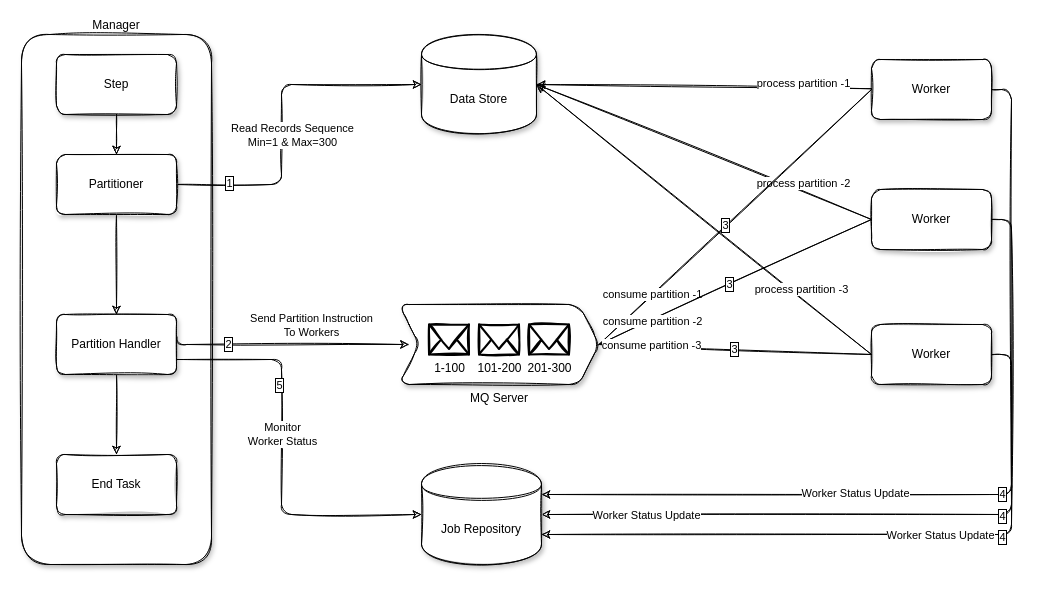
selva-dharmaraj/draw keeps this draw.io diagram as spring-batch-parallel-processing.drawio. Above is the earlier version. Source tidied: cells renumbered, new cells numbered last; positions are measured from the earlier drawing's top-left corner, leaving out a move shared by most shapes. Both pictures are drawn from the tidied source at 100%, with x=0, y=0 at pixel (21, 34).
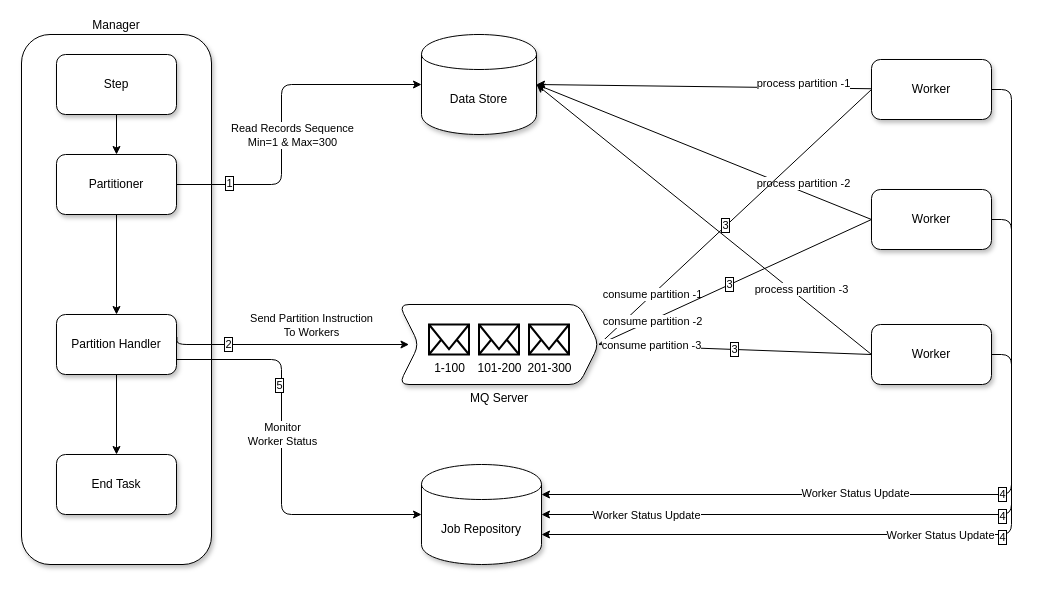
The same diagram, later.

Change to the diagram source:
```diff
@@
-    <mxCell id="2" value="Manager" style="whiteSpace=wrap;html=1;shadow=1;labelPosition=center;verticalLabelPosition=top;align=center;verticalAlign=bottom;labelBorderColor=none;rounded=1;sketch=1;" parent="1" vertex="1">
+    <mxCell id="2" value="Manager" style="whiteSpace=wrap;html=1;shadow=1;labelPosition=center;verticalLabelPosition=top;align=center;verticalAlign=bottom;labelBorderColor=none;rounded=1;" parent="1" vertex="1">
       <mxGeometry width="190" height="530" as="geometry" />
     </mxCell>
-    <mxCell id="3" style="comic=0;jettySize=auto;html=1;entryX=1;entryY=0.3;entryDx=0;entryDy=0;exitX=1;exitY=0.5;exitDx=0;exitDy=0;edgeStyle=orthogonalEdgeStyle;labelBorderColor=none;sketch=1;" parent="1" edge="1" source="8" target="44">
+    <mxCell id="3" style="comic=0;jettySize=auto;html=1;entryX=1;entryY=0.3;entryDx=0;entryDy=0;exitX=1;exitY=0.5;exitDx=0;exitDy=0;edgeStyle=orthogonalEdgeStyle;labelBorderColor=none;" parent="1" edge="1" source="8" target="44">
       <mxGeometry relative="1" as="geometry" />
     </mxCell>
-    <mxCell id="4" value="Worker Status Update" style="edgeLabel;html=1;align=center;verticalAlign=middle;labelBorderColor=none;rounded=1;sketch=1;" parent="3" vertex="1">
+    <mxCell id="4" value="Worker Status Update" style="edgeLabel;html=1;align=center;verticalAlign=middle;labelBorderColor=none;rounded=1;" parent="3" vertex="1">
       <mxGeometry x="0.3" y="-2" relative="1" as="geometry" />
     </mxCell>
-    <mxCell id="5" value="4" style="edgeLabel;html=1;align=center;verticalAlign=middle;labelBorderColor=#000000;rounded=1;sketch=1;" parent="3" vertex="1">
+    <mxCell id="5" value="4" style="edgeLabel;html=1;align=center;verticalAlign=middle;labelBorderColor=#000000;rounded=1;" parent="3" vertex="1">
       <mxGeometry x="-0.11" relative="1" as="geometry">
         <mxPoint x="-10" y="26" as="offset" />
       </mxGeometry>
     </mxCell>
-    <mxCell id="6" style="edgeStyle=none;comic=0;jettySize=auto;html=1;entryX=1;entryY=0.5;entryDx=0;entryDy=0;startArrow=none;startFill=0;endArrow=classic;endFill=1;labelBorderColor=none;sketch=1;" parent="1" edge="1" source="8" target="46">
+    <mxCell id="6" style="edgeStyle=none;comic=0;jettySize=auto;html=1;entryX=1;entryY=0.5;entryDx=0;entryDy=0;startArrow=none;startFill=0;endArrow=classic;endFill=1;labelBorderColor=none;" parent="1" edge="1" source="8" target="46">
       <mxGeometry relative="1" as="geometry" />
     </mxCell>
-    <mxCell id="7" value="process partition -1" style="edgeLabel;html=1;align=center;verticalAlign=middle;labelBorderColor=none;rounded=1;sketch=1;" parent="6" vertex="1">
+    <mxCell id="7" value="process partition -1" style="edgeLabel;html=1;align=center;verticalAlign=middle;labelBorderColor=none;rounded=1;" parent="6" vertex="1">
       <mxGeometry x="-0.11" y="-4" relative="1" as="geometry">
         <mxPoint x="80.6" as="offset" />
       </mxGeometry>
     </mxCell>
-    <mxCell id="8" value="Worker" style="whiteSpace=wrap;html=1;labelBorderColor=none;shadow=1;rounded=1;sketch=1;" parent="1" vertex="1">
+    <mxCell id="8" value="Worker" style="whiteSpace=wrap;html=1;labelBorderColor=none;shadow=1;rounded=1;" parent="1" vertex="1">
       <mxGeometry x="850" y="25" width="120" height="60" as="geometry" />
     </mxCell>
-    <mxCell id="9" style="comic=0;jettySize=auto;html=1;entryX=1;entryY=0.7;entryDx=0;entryDy=0;exitX=1;exitY=0.5;exitDx=0;exitDy=0;edgeStyle=orthogonalEdgeStyle;labelBorderColor=none;sketch=1;" parent="1" edge="1" source="14" target="44">
+    <mxCell id="9" style="comic=0;jettySize=auto;html=1;entryX=1;entryY=0.7;entryDx=0;entryDy=0;exitX=1;exitY=0.5;exitDx=0;exitDy=0;edgeStyle=orthogonalEdgeStyle;labelBorderColor=none;" parent="1" edge="1" source="14" target="44">
       <mxGeometry relative="1" as="geometry" />
     </mxCell>
-    <mxCell id="10" value="Worker Status Update" style="edgeLabel;html=1;align=center;verticalAlign=middle;labelBorderColor=none;rounded=1;sketch=1;" parent="9" vertex="1">
+    <mxCell id="10" value="Worker Status Update" style="edgeLabel;html=1;align=center;verticalAlign=middle;labelBorderColor=none;rounded=1;" parent="9" vertex="1">
       <mxGeometry x="0.01" relative="1" as="geometry" />
     </mxCell>
-    <mxCell id="11" value="4" style="edgeLabel;html=1;align=center;verticalAlign=middle;labelBorderColor=#000000;rounded=1;sketch=1;" parent="9" vertex="1">
+    <mxCell id="11" value="4" style="edgeLabel;html=1;align=center;verticalAlign=middle;labelBorderColor=#000000;rounded=1;" parent="9" vertex="1">
       <mxGeometry x="-0.25" y="-1" relative="1" as="geometry">
         <mxPoint x="-9" y="35" as="offset" />
       </mxGeometry>
     </mxCell>
-    <mxCell id="12" style="edgeStyle=none;comic=0;jettySize=auto;html=1;entryX=1;entryY=0.5;entryDx=0;entryDy=0;startArrow=none;startFill=0;endArrow=classic;endFill=1;exitX=0;exitY=0.5;exitDx=0;exitDy=0;labelBorderColor=none;sketch=1;" parent="1" edge="1" source="14" target="46">
+    <mxCell id="12" style="edgeStyle=none;comic=0;jettySize=auto;html=1;entryX=1;entryY=0.5;entryDx=0;entryDy=0;startArrow=none;startFill=0;endArrow=classic;endFill=1;exitX=0;exitY=0.5;exitDx=0;exitDy=0;labelBorderColor=none;" parent="1" edge="1" source="14" target="46">
       <mxGeometry relative="1" as="geometry" />
     </mxCell>
-    <mxCell id="13" value="process partition -2" style="edgeLabel;html=1;align=center;verticalAlign=middle;labelBorderColor=none;rounded=1;sketch=1;" parent="12" vertex="1">
+    <mxCell id="13" value="process partition -2" style="edgeLabel;html=1;align=center;verticalAlign=middle;labelBorderColor=none;rounded=1;" parent="12" vertex="1">
       <mxGeometry x="-0.09" y="-1" relative="1" as="geometry">
         <mxPoint x="82.8" y="25.4" as="offset" />
       </mxGeometry>
     </mxCell>
-    <mxCell id="14" value="Worker" style="whiteSpace=wrap;html=1;labelBorderColor=none;shadow=1;rounded=1;sketch=1;" parent="1" vertex="1">
+    <mxCell id="14" value="Worker" style="whiteSpace=wrap;html=1;labelBorderColor=none;shadow=1;rounded=1;" parent="1" vertex="1">
       <mxGeometry x="850" y="155" width="120" height="60" as="geometry" />
     </mxCell>
-    <mxCell id="15" style="comic=0;jettySize=auto;html=1;entryX=1;entryY=0.5;entryDx=0;entryDy=0;exitX=1;exitY=0.5;exitDx=0;exitDy=0;elbow=vertical;edgeStyle=orthogonalEdgeStyle;labelBorderColor=none;sketch=1;" parent="1" edge="1" source="20" target="44">
+    <mxCell id="15" style="comic=0;jettySize=auto;html=1;entryX=1;entryY=0.5;entryDx=0;entryDy=0;exitX=1;exitY=0.5;exitDx=0;exitDy=0;elbow=vertical;edgeStyle=orthogonalEdgeStyle;labelBorderColor=none;" parent="1" edge="1" source="20" target="44">
       <mxGeometry relative="1" as="geometry" />
     </mxCell>
-    <mxCell id="16" value="Worker Status Update" style="edgeLabel;html=1;align=center;verticalAlign=middle;labelBorderColor=none;rounded=1;sketch=1;" parent="15" vertex="1">
+    <mxCell id="16" value="Worker Status Update" style="edgeLabel;html=1;align=center;verticalAlign=middle;labelBorderColor=none;rounded=1;" parent="15" vertex="1">
       <mxGeometry x="0.68" relative="1" as="geometry" />
     </mxCell>
-    <mxCell id="17" value="4" style="edgeLabel;html=1;align=center;verticalAlign=middle;labelBorderColor=#000000;rounded=1;sketch=1;" parent="15" vertex="1">
+    <mxCell id="17" value="4" style="edgeLabel;html=1;align=center;verticalAlign=middle;labelBorderColor=#000000;rounded=1;" parent="15" vertex="1">
       <mxGeometry x="-0.56" relative="1" as="geometry">
         <mxPoint x="-10" y="38" as="offset" />
       </mxGeometry>
     </mxCell>
-    <mxCell id="18" style="edgeStyle=none;comic=0;jettySize=auto;html=1;entryX=1;entryY=0.5;entryDx=0;entryDy=0;startArrow=none;startFill=0;endArrow=classic;endFill=1;exitX=0;exitY=0.5;exitDx=0;exitDy=0;labelBorderColor=none;sketch=1;" parent="1" edge="1" source="20" target="46">
+    <mxCell id="18" style="edgeStyle=none;comic=0;jettySize=auto;html=1;entryX=1;entryY=0.5;entryDx=0;entryDy=0;startArrow=none;startFill=0;endArrow=classic;endFill=1;exitX=0;exitY=0.5;exitDx=0;exitDy=0;labelBorderColor=none;" parent="1" edge="1" source="20" target="46">
       <mxGeometry relative="1" as="geometry" />
     </mxCell>
-    <mxCell id="19" value="process partition -3" style="edgeLabel;html=1;align=center;verticalAlign=middle;labelBorderColor=none;rounded=1;sketch=1;" parent="18" vertex="1">
+    <mxCell id="19" value="process partition -3" style="edgeLabel;html=1;align=center;verticalAlign=middle;labelBorderColor=none;rounded=1;" parent="18" vertex="1">
       <mxGeometry x="0.07" y="2" relative="1" as="geometry">
         <mxPoint x="109.8" y="76.9" as="offset" />
       </mxGeometry>
     </mxCell>
-    <mxCell id="20" value="Worker" style="whiteSpace=wrap;html=1;labelBorderColor=none;shadow=1;rounded=1;sketch=1;" parent="1" vertex="1">
+    <mxCell id="20" value="Worker" style="whiteSpace=wrap;html=1;labelBorderColor=none;shadow=1;rounded=1;" parent="1" vertex="1">
       <mxGeometry x="850" y="290" width="120" height="60" as="geometry" />
     </mxCell>
-    <mxCell id="21" style="edgeStyle=orthogonalEdgeStyle;jettySize=auto;html=1;labelBorderColor=none;sketch=1;" parent="1" edge="1" source="22" target="27">
+    <mxCell id="21" style="edgeStyle=orthogonalEdgeStyle;jettySize=auto;html=1;labelBorderColor=none;" parent="1" edge="1" source="22" target="27">
       <mxGeometry relative="1" as="geometry" />
     </mxCell>
-    <mxCell id="22" value="Step" style="whiteSpace=wrap;html=1;labelBorderColor=none;shadow=1;rounded=1;sketch=1;" parent="1" vertex="1">
+    <mxCell id="22" value="Step" style="whiteSpace=wrap;html=1;labelBorderColor=none;shadow=1;rounded=1;" parent="1" vertex="1">
       <mxGeometry x="35" y="20" width="120" height="60" as="geometry" />
     </mxCell>
-    <mxCell id="23" style="edgeStyle=orthogonalEdgeStyle;jettySize=auto;html=1;labelBorderColor=none;sketch=1;" parent="1" edge="1" source="27" target="35">
+    <mxCell id="23" style="edgeStyle=orthogonalEdgeStyle;jettySize=auto;html=1;labelBorderColor=none;" parent="1" edge="1" source="27" target="35">
       <mxGeometry relative="1" as="geometry" />
     </mxCell>
-    <mxCell id="24" style="edgeStyle=orthogonalEdgeStyle;comic=0;jettySize=auto;html=1;entryX=0;entryY=0.5;entryDx=0;entryDy=0;labelBorderColor=none;sketch=1;" parent="1" edge="1" source="27" target="46">
+    <mxCell id="24" style="edgeStyle=orthogonalEdgeStyle;comic=0;jettySize=auto;html=1;entryX=0;entryY=0.5;entryDx=0;entryDy=0;labelBorderColor=none;" parent="1" edge="1" source="27" target="46">
       <mxGeometry relative="1" as="geometry">
         <Array as="points">
           <mxPoint x="260" y="150" />
           <mxPoint x="260" y="50" />
         </Array>
       </mxGeometry>
     </mxCell>
-    <mxCell id="25" value="Read Records Sequence&lt;br&gt;Min=1 &amp;amp; Max=300" style="edgeLabel;html=1;align=center;verticalAlign=middle;labelBorderColor=none;rounded=1;sketch=1;" parent="24" vertex="1">
+    <mxCell id="25" value="Read Records Sequence&lt;br&gt;Min=1 &amp;amp; Max=300" style="edgeLabel;html=1;align=center;verticalAlign=middle;labelBorderColor=none;rounded=1;" parent="24" vertex="1">
       <mxGeometry x="0.49" relative="1" as="geometry">
         <mxPoint x="-42" y="50" as="offset" />
       </mxGeometry>
     </mxCell>
-    <mxCell id="26" value="1" style="edgeLabel;html=1;align=center;verticalAlign=middle;labelBorderColor=#000000;rounded=1;sketch=1;" parent="24" vertex="1">
+    <mxCell id="26" value="1" style="edgeLabel;html=1;align=center;verticalAlign=middle;labelBorderColor=#000000;rounded=1;" parent="24" vertex="1">
       <mxGeometry x="-0.7" y="2" relative="1" as="geometry" />
     </mxCell>
-    <mxCell id="27" value="Partitioner" style="whiteSpace=wrap;html=1;labelBorderColor=none;shadow=1;rounded=1;sketch=1;" parent="1" vertex="1">
+    <mxCell id="27" value="Partitioner" style="whiteSpace=wrap;html=1;labelBorderColor=none;shadow=1;rounded=1;" parent="1" vertex="1">
       <mxGeometry x="35" y="120" width="120" height="60" as="geometry" />
     </mxCell>
-    <mxCell id="28" style="edgeStyle=orthogonalEdgeStyle;jettySize=auto;html=1;comic=0;entryX=0.05;entryY=0.5;entryDx=0;entryDy=0;entryPerimeter=0;labelBorderColor=none;exitX=1.003;exitY=0.375;exitDx=0;exitDy=0;exitPerimeter=0;sketch=1;" parent="1" edge="1" source="35" target="47">
+    <mxCell id="28" style="edgeStyle=orthogonalEdgeStyle;jettySize=auto;html=1;comic=0;entryX=0.05;entryY=0.5;entryDx=0;entryDy=0;entryPerimeter=0;labelBorderColor=none;exitX=1.003;exitY=0.375;exitDx=0;exitDy=0;exitPerimeter=0;" parent="1" edge="1" source="35" target="47">
       <mxGeometry relative="1" as="geometry">
         <Array as="points">
           <mxPoint x="155" y="310" />
         </Array>
       </mxGeometry>
     </mxCell>
-    <mxCell id="29" value="Send Partition Instruction&lt;br&gt;To Workers" style="edgeLabel;html=1;align=center;verticalAlign=middle;labelBorderColor=none;rounded=1;sketch=1;" parent="28" vertex="1">
+    <mxCell id="29" value="Send Partition Instruction&lt;br&gt;To Workers" style="edgeLabel;html=1;align=center;verticalAlign=middle;labelBorderColor=none;rounded=1;" parent="28" vertex="1">
       <mxGeometry x="-0.17" y="-1" relative="1" as="geometry">
         <mxPoint x="43" y="-21" as="offset" />
       </mxGeometry>
     </mxCell>
-    <mxCell id="30" value="2" style="edgeLabel;html=1;align=center;verticalAlign=middle;labelBorderColor=#000000;rounded=1;sketch=1;" parent="28" vertex="1">
+    <mxCell id="30" value="2" style="edgeLabel;html=1;align=center;verticalAlign=middle;labelBorderColor=#000000;rounded=1;" parent="28" vertex="1">
       <mxGeometry x="-0.51" y="1" relative="1" as="geometry" />
     </mxCell>
-    <mxCell id="31" style="edgeStyle=orthogonalEdgeStyle;comic=0;jettySize=auto;html=1;labelBorderColor=none;sketch=1;" parent="1" edge="1" source="35" target="45">
+    <mxCell id="31" style="edgeStyle=orthogonalEdgeStyle;comic=0;jettySize=auto;html=1;labelBorderColor=none;" parent="1" edge="1" source="35" target="45">
       <mxGeometry relative="1" as="geometry" />
     </mxCell>
-    <mxCell id="32" style="edgeStyle=orthogonalEdgeStyle;comic=0;jettySize=auto;html=1;entryX=0;entryY=0.5;entryDx=0;entryDy=0;elbow=vertical;labelBorderColor=none;exitX=1;exitY=0.75;exitDx=0;exitDy=0;sketch=1;" parent="1" edge="1" source="35" target="44">
+    <mxCell id="32" style="edgeStyle=orthogonalEdgeStyle;comic=0;jettySize=auto;html=1;entryX=0;entryY=0.5;entryDx=0;entryDy=0;elbow=vertical;labelBorderColor=none;exitX=1;exitY=0.75;exitDx=0;exitDy=0;" parent="1" edge="1" source="35" target="44">
       <mxGeometry relative="1" as="geometry">
         <Array as="points">
           <mxPoint x="260" y="325" />
           <mxPoint x="260" y="480" />
         </Array>
       </mxGeometry>
     </mxCell>
-    <mxCell id="33" value="Monitor&lt;br&gt;Worker Status" style="edgeLabel;html=1;align=center;verticalAlign=middle;labelBorderColor=none;rounded=1;sketch=1;" parent="32" vertex="1">
+    <mxCell id="33" value="Monitor&lt;br&gt;Worker Status" style="edgeLabel;html=1;align=center;verticalAlign=middle;labelBorderColor=none;rounded=1;" parent="32" vertex="1">
       <mxGeometry x="-0.03" y="5" relative="1" as="geometry">
         <mxPoint x="-5" y="-15" as="offset" />
       </mxGeometry>
     </mxCell>
-    <mxCell id="34" value="5" style="edgeLabel;html=1;align=center;verticalAlign=middle;labelBorderColor=#000000;rounded=1;sketch=1;" parent="32" vertex="1">
+    <mxCell id="34" value="5" style="edgeLabel;html=1;align=center;verticalAlign=middle;labelBorderColor=#000000;rounded=1;" parent="32" vertex="1">
       <mxGeometry x="-0.66" relative="1" as="geometry">
         <mxPoint x="34" y="25" as="offset" />
       </mxGeometry>
     </mxCell>
-    <mxCell id="35" value="Partition Handler" style="whiteSpace=wrap;html=1;labelBorderColor=none;shadow=1;rounded=1;sketch=1;" parent="1" vertex="1">
+    <mxCell id="35" value="Partition Handler" style="whiteSpace=wrap;html=1;labelBorderColor=none;shadow=1;rounded=1;" parent="1" vertex="1">
       <mxGeometry x="35" y="280" width="120" height="60" as="geometry" />
     </mxCell>
-    <mxCell id="36" style="comic=0;jettySize=auto;html=1;entryX=0;entryY=0.5;entryDx=0;entryDy=0;exitX=1;exitY=0.5;exitDx=0;exitDy=0;endArrow=none;endFill=0;startArrow=none;startFill=0;labelBorderColor=none;sketch=1;" parent="1" edge="1" source="47" target="8">
+    <mxCell id="36" style="comic=0;jettySize=auto;html=1;entryX=0;entryY=0.5;entryDx=0;entryDy=0;exitX=1;exitY=0.5;exitDx=0;exitDy=0;endArrow=none;endFill=0;startArrow=none;startFill=0;labelBorderColor=none;" parent="1" edge="1" source="47" target="8">
       <mxGeometry relative="1" as="geometry" />
     </mxCell>
-    <mxCell id="37" value="consume partition -1" style="edgeLabel;html=1;align=center;verticalAlign=middle;labelBorderColor=none;rounded=1;sketch=1;" parent="36" vertex="1">
+    <mxCell id="37" value="consume partition -1" style="edgeLabel;html=1;align=center;verticalAlign=middle;labelBorderColor=none;rounded=1;" parent="36" vertex="1">
       <mxGeometry x="-0.61" y="1" relative="1" as="geometry" />
     </mxCell>
-    <mxCell id="38" value="3" style="edgeLabel;html=1;align=center;verticalAlign=middle;labelBorderColor=#000000;rounded=1;sketch=1;" parent="36" vertex="1">
+    <mxCell id="38" value="3" style="edgeLabel;html=1;align=center;verticalAlign=middle;labelBorderColor=#000000;rounded=1;" parent="36" vertex="1">
       <mxGeometry x="-0.07" y="1" relative="1" as="geometry" />
     </mxCell>
-    <mxCell id="39" style="comic=0;jettySize=auto;html=1;entryX=0;entryY=0.5;entryDx=0;entryDy=0;exitX=1;exitY=0.5;exitDx=0;exitDy=0;endArrow=none;endFill=0;startArrow=none;startFill=0;labelBorderColor=none;sketch=1;" parent="1" edge="1" source="47" target="14">
+    <mxCell id="39" style="comic=0;jettySize=auto;html=1;entryX=0;entryY=0.5;entryDx=0;entryDy=0;exitX=1;exitY=0.5;exitDx=0;exitDy=0;endArrow=none;endFill=0;startArrow=none;startFill=0;labelBorderColor=none;" parent="1" edge="1" source="47" target="14">
       <mxGeometry relative="1" as="geometry" />
     </mxCell>
-    <mxCell id="40" value="consume partition -2" style="edgeLabel;html=1;align=center;verticalAlign=middle;labelBorderColor=none;rounded=1;sketch=1;" parent="39" vertex="1">
+    <mxCell id="40" value="consume partition -2" style="edgeLabel;html=1;align=center;verticalAlign=middle;labelBorderColor=none;rounded=1;" parent="39" vertex="1">
       <mxGeometry x="-0.61" y="-1" relative="1" as="geometry" />
     </mxCell>
-    <mxCell id="41" value="3" style="edgeLabel;html=1;align=center;verticalAlign=middle;labelBorderColor=#000000;rounded=1;sketch=1;" parent="39" vertex="1">
+    <mxCell id="41" value="3" style="edgeLabel;html=1;align=center;verticalAlign=middle;labelBorderColor=#000000;rounded=1;" parent="39" vertex="1">
       <mxGeometry x="-0.04" y="1" relative="1" as="geometry" />
     </mxCell>
-    <mxCell id="42" value="3" style="comic=0;jettySize=auto;html=1;entryX=0;entryY=0.5;entryDx=0;entryDy=0;exitX=1;exitY=0.5;exitDx=0;exitDy=0;endArrow=none;endFill=0;startArrow=none;startFill=0;labelBorderColor=#000000;sketch=1;" parent="1" edge="1" source="47" target="20">
+    <mxCell id="42" value="3" style="comic=0;jettySize=auto;html=1;entryX=0;entryY=0.5;entryDx=0;entryDy=0;exitX=1;exitY=0.5;exitDx=0;exitDy=0;endArrow=none;endFill=0;startArrow=none;startFill=0;labelBorderColor=#000000;" parent="1" edge="1" source="47" target="20">
       <mxGeometry relative="1" as="geometry" />
     </mxCell>
-    <mxCell id="43" value="consume partition -3" style="edgeLabel;html=1;align=center;verticalAlign=middle;labelBorderColor=none;rounded=1;sketch=1;" parent="42" vertex="1">
+    <mxCell id="43" value="consume partition -3" style="edgeLabel;html=1;align=center;verticalAlign=middle;labelBorderColor=none;rounded=1;" parent="42" vertex="1">
       <mxGeometry x="-0.62" relative="1" as="geometry">
         <mxPoint y="-1" as="offset" />
       </mxGeometry>
     </mxCell>
-    <mxCell id="44" value="Job Repository" style="shape=cylinder;whiteSpace=wrap;html=1;boundedLbl=1;backgroundOutline=1;shadow=1;labelBorderColor=none;rounded=1;sketch=1;" parent="1" vertex="1">
+    <mxCell id="44" value="Job Repository" style="shape=cylinder;whiteSpace=wrap;html=1;boundedLbl=1;backgroundOutline=1;shadow=1;labelBorderColor=none;rounded=1;" parent="1" vertex="1">
       <mxGeometry x="400" y="430" width="120" height="100" as="geometry" />
     </mxCell>
-    <mxCell id="45" value="End Task" style="whiteSpace=wrap;html=1;shadow=1;labelBorderColor=none;rounded=1;sketch=1;" parent="1" vertex="1">
+    <mxCell id="45" value="End Task" style="whiteSpace=wrap;html=1;shadow=1;labelBorderColor=none;rounded=1;" parent="1" vertex="1">
       <mxGeometry x="35" y="420" width="120" height="60" as="geometry" />
     </mxCell>
-    <mxCell id="46" value="Data Store" style="shape=cylinder;whiteSpace=wrap;html=1;boundedLbl=1;backgroundOutline=1;shadow=1;labelBorderColor=none;rounded=1;sketch=1;" parent="1" vertex="1">
+    <mxCell id="46" value="Data Store" style="shape=cylinder;whiteSpace=wrap;html=1;boundedLbl=1;backgroundOutline=1;shadow=1;labelBorderColor=none;rounded=1;" parent="1" vertex="1">
       <mxGeometry x="400" width="115" height="100" as="geometry" />
     </mxCell>
-    <mxCell id="47" value="MQ Server" style="shape=step;perimeter=stepPerimeter;whiteSpace=wrap;html=1;fixedSize=1;shadow=1;labelPosition=center;verticalLabelPosition=bottom;align=center;verticalAlign=top;labelBorderColor=none;rounded=1;sketch=1;" parent="1" vertex="1">
+    <mxCell id="47" value="MQ Server" style="shape=step;perimeter=stepPerimeter;whiteSpace=wrap;html=1;fixedSize=1;shadow=1;labelPosition=center;verticalLabelPosition=bottom;align=center;verticalAlign=top;labelBorderColor=none;rounded=1;" parent="1" vertex="1">
       <mxGeometry x="377.5" y="270" width="200" height="80" as="geometry" />
     </mxCell>
-    <mxCell id="48" value="1-100" style="html=1;verticalLabelPosition=bottom;align=center;verticalAlign=top;strokeWidth=2;shadow=0;dashed=0;shape=mxgraph.ios7.icons.mail;labelBorderColor=none;rounded=1;sketch=1;" parent="1" vertex="1">
+    <mxCell id="48" value="1-100" style="html=1;verticalLabelPosition=bottom;align=center;verticalAlign=top;strokeWidth=2;shadow=0;dashed=0;shape=mxgraph.ios7.icons.mail;labelBorderColor=none;rounded=1;" parent="1" vertex="1">
       <mxGeometry x="407.5" y="290" width="40" height="30" as="geometry" />
     </mxCell>
-    <mxCell id="49" value="101-200" style="html=1;verticalLabelPosition=bottom;align=center;verticalAlign=top;strokeWidth=2;shadow=0;dashed=0;shape=mxgraph.ios7.icons.mail;labelBorderColor=none;rounded=1;sketch=1;" parent="1" vertex="1">
+    <mxCell id="49" value="101-200" style="html=1;verticalLabelPosition=bottom;align=center;verticalAlign=top;strokeWidth=2;shadow=0;dashed=0;shape=mxgraph.ios7.icons.mail;labelBorderColor=none;rounded=1;" parent="1" vertex="1">
       <mxGeometry x="457.5" y="290" width="40" height="30" as="geometry" />
     </mxCell>
-    <mxCell id="50" value="201-300" style="html=1;verticalLabelPosition=bottom;align=center;verticalAlign=top;strokeWidth=2;shadow=0;dashed=0;shape=mxgraph.ios7.icons.mail;labelBorderColor=none;rounded=1;sketch=1;" parent="1" vertex="1">
+    <mxCell id="50" value="201-300" style="html=1;verticalLabelPosition=bottom;align=center;verticalAlign=top;strokeWidth=2;shadow=0;dashed=0;shape=mxgraph.ios7.icons.mail;labelBorderColor=none;rounded=1;" parent="1" vertex="1">
       <mxGeometry x="507.5" y="290" width="40" height="30" as="geometry" />
     </mxCell>
```
